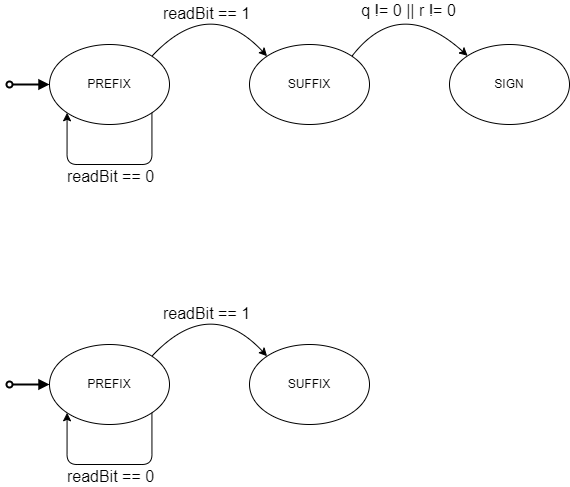
The draw.io diagram Projeto2/golomb.drawio.png in pedr00ts/IC-T2G2, before a commit. Source tidied: cells renumbered, new cells last; positions are measured from the earlier drawing's top-left corner, leaving out a move shared by most shapes. Source of this version:
```xml
<mxGraphModel>
  <root>
    <mxCell id="0" />
    <mxCell id="1" parent="0" />
    <mxCell id="2" style="edgeStyle=none;curved=1;html=1;exitX=1;exitY=0;exitDx=0;exitDy=0;entryX=0;entryY=0;entryDx=0;entryDy=0;fontSize=16;" parent="1" edge="1" source="5" target="8">
      <mxGeometry relative="1" as="geometry">
        <Array as="points">
          <mxPoint x="200" />
        </Array>
      </mxGeometry>
    </mxCell>
    <mxCell id="3" value="readBit == 1" style="edgeLabel;html=1;align=center;verticalAlign=bottom;fontSize=16;spacingBottom=0;" parent="2" vertex="1">
      <mxGeometry x="-0.29" y="-17" relative="1" as="geometry" />
    </mxCell>
    <mxCell id="4" style="edgeStyle=orthogonalEdgeStyle;html=1;exitX=0;exitY=0.5;exitDx=0;exitDy=0;fontSize=16;startArrow=block;startFill=1;endArrow=oval;endFill=0;strokeWidth=2;" parent="1" edge="1" source="5">
      <mxGeometry relative="1" as="geometry">
        <mxPoint y="90" as="targetPoint" />
      </mxGeometry>
    </mxCell>
    <mxCell id="5" value="PREFIX" style="ellipse;whiteSpace=wrap;html=1;" parent="1" vertex="1">
      <mxGeometry x="40" y="50" width="120" height="80" as="geometry" />
    </mxCell>
    <mxCell id="6" style="edgeStyle=none;curved=1;html=1;exitX=1;exitY=0;exitDx=0;exitDy=0;entryX=0;entryY=0;entryDx=0;entryDy=0;fontSize=16;" parent="1" edge="1" source="8" target="9">
      <mxGeometry relative="1" as="geometry">
        <Array as="points">
          <mxPoint x="390" />
        </Array>
      </mxGeometry>
    </mxCell>
    <mxCell id="7" value="q != 0 || r != 0" style="edgeLabel;html=1;align=center;verticalAlign=bottom;fontSize=16;" parent="6" vertex="1">
      <mxGeometry x="0.2" y="-14" relative="1" as="geometry" />
    </mxCell>
    <mxCell id="8" value="SUFFIX" style="ellipse;whiteSpace=wrap;html=1;" parent="1" vertex="1">
      <mxGeometry x="240" y="50" width="120" height="80" as="geometry" />
    </mxCell>
    <mxCell id="9" value="SIGN" style="ellipse;whiteSpace=wrap;html=1;" parent="1" vertex="1">
      <mxGeometry x="440" y="50" width="120" height="80" as="geometry" />
    </mxCell>
    <mxCell id="10" style="edgeStyle=orthogonalEdgeStyle;html=1;exitX=1;exitY=1;exitDx=0;exitDy=0;fontSize=16;entryX=0;entryY=1;entryDx=0;entryDy=0;verticalAlign=top;" parent="1" edge="1" source="5" target="5">
      <mxGeometry relative="1" as="geometry">
        <Array as="points">
          <mxPoint x="142" y="170" />
          <mxPoint x="58" y="170" />
        </Array>
      </mxGeometry>
    </mxCell>
    <mxCell id="11" value="readBit == 0" style="edgeLabel;html=1;align=center;verticalAlign=top;fontSize=16;spacingLeft=0;" parent="10" vertex="1">
      <mxGeometry x="-0.23" y="-4" relative="1" as="geometry">
        <mxPoint x="-22" as="offset" />
      </mxGeometry>
    </mxCell>
    <mxCell id="12" style="edgeStyle=none;curved=1;html=1;exitX=1;exitY=0;exitDx=0;exitDy=0;entryX=0;entryY=0;entryDx=0;entryDy=0;fontSize=16;" parent="1" edge="1" source="15" target="16">
      <mxGeometry relative="1" as="geometry">
        <Array as="points">
          <mxPoint x="200" y="300" />
        </Array>
      </mxGeometry>
    </mxCell>
    <mxCell id="13" value="readBit == 1" style="edgeLabel;html=1;align=center;verticalAlign=bottom;fontSize=16;spacingBottom=0;" parent="12" vertex="1">
      <mxGeometry x="-0.29" y="-17" relative="1" as="geometry" />
    </mxCell>
    <mxCell id="14" style="edgeStyle=orthogonalEdgeStyle;html=1;exitX=0;exitY=0.5;exitDx=0;exitDy=0;fontSize=16;startArrow=block;startFill=1;endArrow=oval;endFill=0;strokeWidth=2;" parent="1" edge="1" source="15">
      <mxGeometry relative="1" as="geometry">
        <mxPoint y="390" as="targetPoint" />
      </mxGeometry>
    </mxCell>
    <mxCell id="15" value="PREFIX" style="ellipse;whiteSpace=wrap;html=1;" parent="1" vertex="1">
      <mxGeometry x="40" y="350" width="120" height="80" as="geometry" />
    </mxCell>
    <mxCell id="16" value="SUFFIX" style="ellipse;whiteSpace=wrap;html=1;" parent="1" vertex="1">
      <mxGeometry x="240" y="350" width="120" height="80" as="geometry" />
    </mxCell>
    <mxCell id="17" style="edgeStyle=orthogonalEdgeStyle;html=1;exitX=1;exitY=1;exitDx=0;exitDy=0;fontSize=16;entryX=0;entryY=1;entryDx=0;entryDy=0;verticalAlign=top;" parent="1" edge="1" source="15" target="15">
      <mxGeometry relative="1" as="geometry">
        <Array as="points">
          <mxPoint x="142" y="470" />
          <mxPoint x="58" y="470" />
        </Array>
      </mxGeometry>
    </mxCell>
    <mxCell id="18" value="readBit == 0" style="edgeLabel;html=1;align=center;verticalAlign=top;fontSize=16;spacingLeft=0;" parent="17" vertex="1">
      <mxGeometry x="-0.23" y="-4" relative="1" as="geometry">
        <mxPoint x="-22" as="offset" />
      </mxGeometry>
    </mxCell>
  </root>
</mxGraphModel>
```
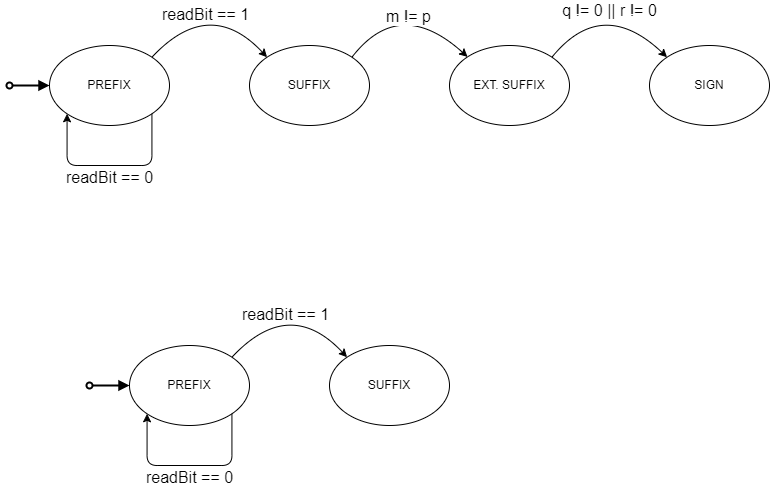
The same diagram one commit later.

What changed in the source:
```diff
@@ -27,13 +27,15 @@
         </Array>
       </mxGeometry>
     </mxCell>
-    <mxCell id="7" value="q != 0 || r != 0" style="edgeLabel;html=1;align=center;verticalAlign=bottom;fontSize=16;" parent="6" vertex="1">
-      <mxGeometry x="0.2" y="-14" relative="1" as="geometry" />
-    </mxCell>
+    <mxCell id="19" value="m != p" style="edgeLabel;html=1;align=center;verticalAlign=bottom;fontSize=16;" parent="6" vertex="1">
+      <mxGeometry x="0.24" y="-19" relative="1" as="geometry">
+        <mxPoint x="1" as="offset" />
+      </mxGeometry>
+    </mxCell>
     <mxCell id="8" value="SUFFIX" style="ellipse;whiteSpace=wrap;html=1;" parent="1" vertex="1">
       <mxGeometry x="240" y="50" width="120" height="80" as="geometry" />
     </mxCell>
-    <mxCell id="9" value="SIGN" style="ellipse;whiteSpace=wrap;html=1;" parent="1" vertex="1">
+    <mxCell id="9" value="EXT. SUFFIX" style="ellipse;whiteSpace=wrap;html=1;" parent="1" vertex="1">
       <mxGeometry x="440" y="50" width="120" height="80" as="geometry" />
     </mxCell>
     <mxCell id="10" style="edgeStyle=orthogonalEdgeStyle;html=1;exitX=1;exitY=1;exitDx=0;exitDy=0;fontSize=16;entryX=0;entryY=1;entryDx=0;entryDy=0;verticalAlign=top;" parent="1" edge="1" source="5" target="5">
@@ -52,7 +54,7 @@
     <mxCell id="12" style="edgeStyle=none;curved=1;html=1;exitX=1;exitY=0;exitDx=0;exitDy=0;entryX=0;entryY=0;entryDx=0;entryDy=0;fontSize=16;" parent="1" edge="1" source="15" target="16">
       <mxGeometry relative="1" as="geometry">
         <Array as="points">
-          <mxPoint x="200" y="300" />
+          <mxPoint x="280" y="300" />
         </Array>
       </mxGeometry>
     </mxCell>
@@ -61,20 +63,20 @@
     </mxCell>
     <mxCell id="14" style="edgeStyle=orthogonalEdgeStyle;html=1;exitX=0;exitY=0.5;exitDx=0;exitDy=0;fontSize=16;startArrow=block;startFill=1;endArrow=oval;endFill=0;strokeWidth=2;" parent="1" edge="1" source="15">
       <mxGeometry relative="1" as="geometry">
-        <mxPoint y="390" as="targetPoint" />
+        <mxPoint x="80" y="390" as="targetPoint" />
       </mxGeometry>
     </mxCell>
     <mxCell id="15" value="PREFIX" style="ellipse;whiteSpace=wrap;html=1;" parent="1" vertex="1">
-      <mxGeometry x="40" y="350" width="120" height="80" as="geometry" />
+      <mxGeometry x="120" y="350" width="120" height="80" as="geometry" />
     </mxCell>
     <mxCell id="16" value="SUFFIX" style="ellipse;whiteSpace=wrap;html=1;" parent="1" vertex="1">
-      <mxGeometry x="240" y="350" width="120" height="80" as="geometry" />
+      <mxGeometry x="320" y="350" width="120" height="80" as="geometry" />
     </mxCell>
     <mxCell id="17" style="edgeStyle=orthogonalEdgeStyle;html=1;exitX=1;exitY=1;exitDx=0;exitDy=0;fontSize=16;entryX=0;entryY=1;entryDx=0;entryDy=0;verticalAlign=top;" parent="1" edge="1" source="15" target="15">
       <mxGeometry relative="1" as="geometry">
         <Array as="points">
-          <mxPoint x="142" y="470" />
-          <mxPoint x="58" y="470" />
+          <mxPoint x="222" y="470" />
+          <mxPoint x="138" y="470" />
         </Array>
       </mxGeometry>
     </mxCell>
@@ -83,5 +85,18 @@
         <mxPoint x="-22" as="offset" />
       </mxGeometry>
     </mxCell>
+    <mxCell id="20" value="SIGN" style="ellipse;whiteSpace=wrap;html=1;" parent="1" vertex="1">
+      <mxGeometry x="640" y="50" width="120" height="80" as="geometry" />
+    </mxCell>
+    <mxCell id="21" style="edgeStyle=none;curved=1;html=1;entryX=0;entryY=0;entryDx=0;entryDy=0;fontSize=16;exitX=1;exitY=0;exitDx=0;exitDy=0;" parent="1" edge="1" source="9" target="20">
+      <mxGeometry relative="1" as="geometry">
+        <Array as="points">
+          <mxPoint x="592.6" />
+        </Array>
+      </mxGeometry>
+    </mxCell>
+    <mxCell id="7" value="q != 0 || r != 0" style="edgeLabel;html=1;align=center;verticalAlign=bottom;fontSize=16;" parent="21" vertex="1">
+      <mxGeometry x="0.2" y="-14" relative="1" as="geometry" />
+    </mxCell>
   </root>
 </mxGraphModel>
```
